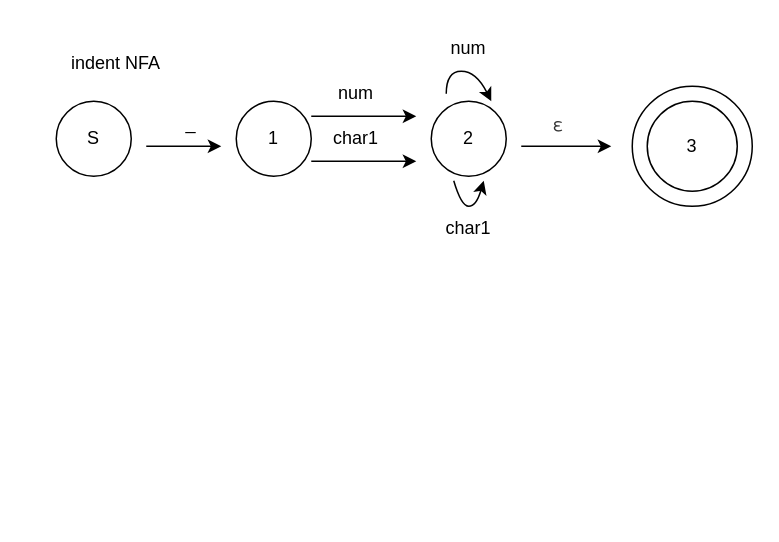
Earlier version of the draw.io diagram Untitled Diagram.drawio (SuperCarryDFY/2022-Spring-ComputationalVision). Source tidied: cells renumbered, new cells numbered last; positions are measured from the earlier drawing's top-left corner, leaving out a move shared by most shapes. Both pictures are drawn from the tidied source at 150%, with x=0, y=0 at pixel (26, 26).
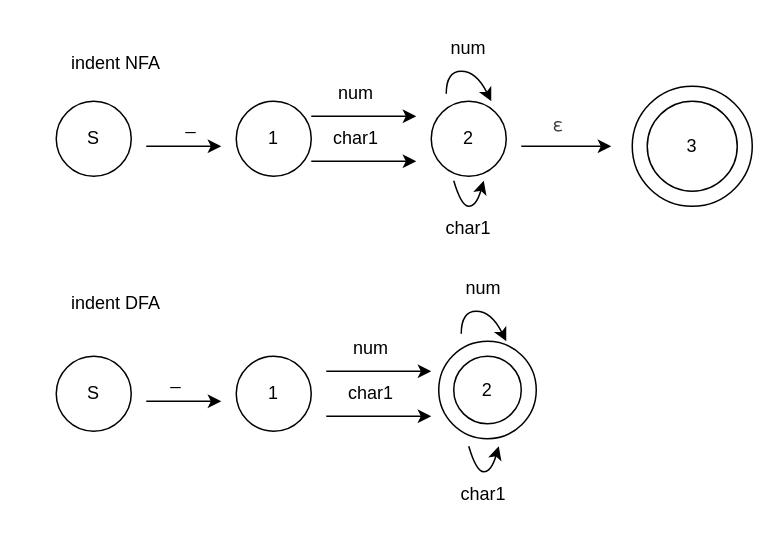
The same diagram, later.

Commit message:
add indent DFA

What changed in the source:
```diff
@@
     <mxCell id="10" value="char1" style="text;html=1;strokeColor=none;fillColor=none;align=center;verticalAlign=middle;whiteSpace=wrap;rounded=0;" parent="1" vertex="1">
-      <mxGeometry x="160" y="60" width="120" height="30" as="geometry" />
+      <mxGeometry x="180" y="60" width="80" height="30" as="geometry" />
     </mxCell>
@@
+    <mxCell id="21" value="indent DFA" style="text;html=1;strokeColor=none;fillColor=none;align=center;verticalAlign=middle;whiteSpace=wrap;rounded=0;" parent="1" vertex="1">
+      <mxGeometry y="170" width="120" height="30" as="geometry" />
+    </mxCell>
+    <mxCell id="22" value="S" style="ellipse;whiteSpace=wrap;html=1;" parent="1" vertex="1">
+      <mxGeometry x="20" y="220" width="50" height="50" as="geometry" />
+    </mxCell>
+    <mxCell id="23" value="_" style="text;html=1;strokeColor=none;fillColor=none;align=center;verticalAlign=middle;whiteSpace=wrap;rounded=0;" parent="1" vertex="1">
+      <mxGeometry x="70" y="220" width="60" height="30" as="geometry" />
+    </mxCell>
+    <mxCell id="24" style="endArrow=classic;html=1;rounded=0;entryX=1;entryY=1;entryDx=0;entryDy=0;" parent="1" edge="1" target="23">
+      <mxGeometry relative="1" as="geometry">
+        <mxPoint x="80" y="250" as="sourcePoint" />
+      </mxGeometry>
+    </mxCell>
+    <mxCell id="25" value="1" style="ellipse;whiteSpace=wrap;html=1;" parent="1" vertex="1">
+      <mxGeometry x="140" y="220" width="50" height="50" as="geometry" />
+    </mxCell>
+    <mxCell id="26" style="endArrow=classic;html=1;rounded=0;" parent="1" edge="1">
+      <mxGeometry relative="1" as="geometry">
+        <mxPoint x="200" y="230" as="sourcePoint" />
+        <mxPoint x="270" y="230" as="targetPoint" />
+      </mxGeometry>
+    </mxCell>
+    <mxCell id="27" style="endArrow=classic;html=1;rounded=0;" parent="1" edge="1">
+      <mxGeometry relative="1" as="geometry">
+        <mxPoint x="200" y="260" as="sourcePoint" />
+        <mxPoint x="270" y="260" as="targetPoint" />
+      </mxGeometry>
+    </mxCell>
+    <mxCell id="28" value="char1" style="text;html=1;strokeColor=none;fillColor=none;align=center;verticalAlign=middle;whiteSpace=wrap;rounded=0;" parent="1" vertex="1">
+      <mxGeometry x="190" y="230" width="80" height="30" as="geometry" />
+    </mxCell>
+    <mxCell id="29" style="ellipse;whiteSpace=wrap;html=1;" parent="1" vertex="1">
+      <mxGeometry x="275" y="210" width="65" height="65" as="geometry" />
+    </mxCell>
+    <mxCell id="30" style="curved=1;endArrow=classic;html=1;rounded=0;exitX=1;exitY=0.5;exitDx=0;exitDy=0;" parent="1" edge="1">
+      <mxGeometry relative="1" as="geometry">
+        <mxPoint x="290" y="205" as="sourcePoint" />
+        <mxPoint x="320" y="210" as="targetPoint" />
+        <Array as="points">
+          <mxPoint x="290" y="190" />
+          <mxPoint x="310" y="190" />
+        </Array>
+      </mxGeometry>
+    </mxCell>
+    <mxCell id="31" value="num" style="text;html=1;strokeColor=none;fillColor=none;align=center;verticalAlign=middle;whiteSpace=wrap;rounded=0;" parent="1" vertex="1">
+      <mxGeometry x="275" y="160" width="60" height="30" as="geometry" />
+    </mxCell>
+    <mxCell id="32" style="curved=1;endArrow=classic;html=1;rounded=0;" parent="1" edge="1">
+      <mxGeometry relative="1" as="geometry">
+        <mxPoint x="295" y="280" as="sourcePoint" />
+        <mxPoint x="315" y="280" as="targetPoint" />
+        <Array as="points">
+          <mxPoint x="300" y="297" />
+          <mxPoint x="310" y="297" />
+        </Array>
+      </mxGeometry>
+    </mxCell>
+    <mxCell id="33" value="char1" style="text;html=1;strokeColor=none;fillColor=none;align=center;verticalAlign=middle;whiteSpace=wrap;rounded=0;" parent="1" vertex="1">
+      <mxGeometry x="275" y="297" width="60" height="30" as="geometry" />
+    </mxCell>
+    <mxCell id="34" value="num" style="text;html=1;strokeColor=none;fillColor=none;align=center;verticalAlign=middle;whiteSpace=wrap;rounded=0;" parent="1" vertex="1">
+      <mxGeometry x="215" y="200" width="30" height="30" as="geometry" />
+    </mxCell>
+    <mxCell id="35" value="2" style="ellipse;whiteSpace=wrap;html=1;" parent="1" vertex="1">
+      <mxGeometry x="285" y="220" width="45" height="45" as="geometry" />
+    </mxCell>
```
